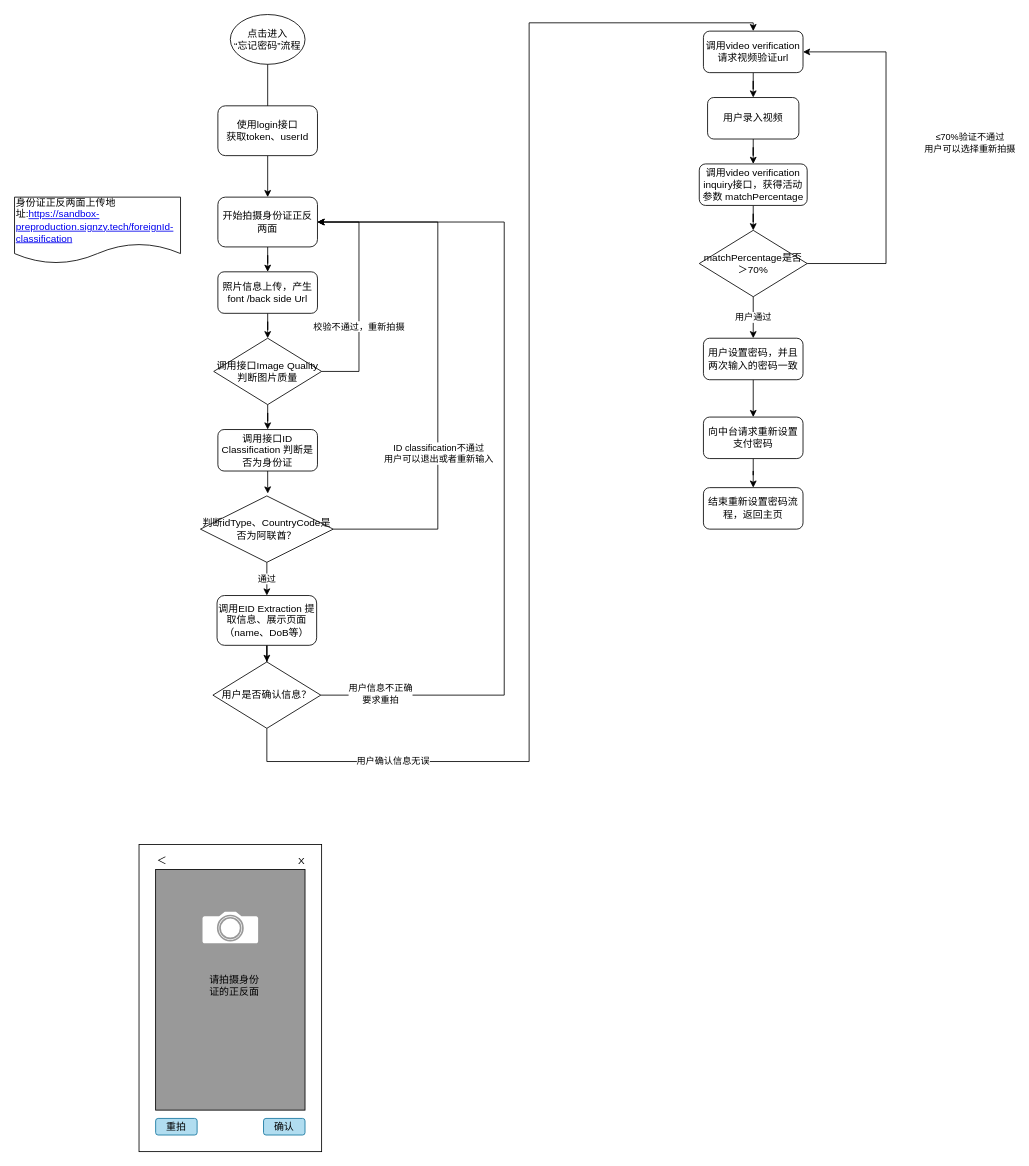
The draw.io diagram UAE 忘记密码.drawio in MarkYongfengZheng/WFT, before the edit. Source tidied: cells renumbered, new cells numbered last; positions are measured from the earlier drawing's top-left corner, leaving out a move shared by most shapes. Both pictures are drawn from the tidied source at 83%, with x=0, y=0 at pixel (14, 14).
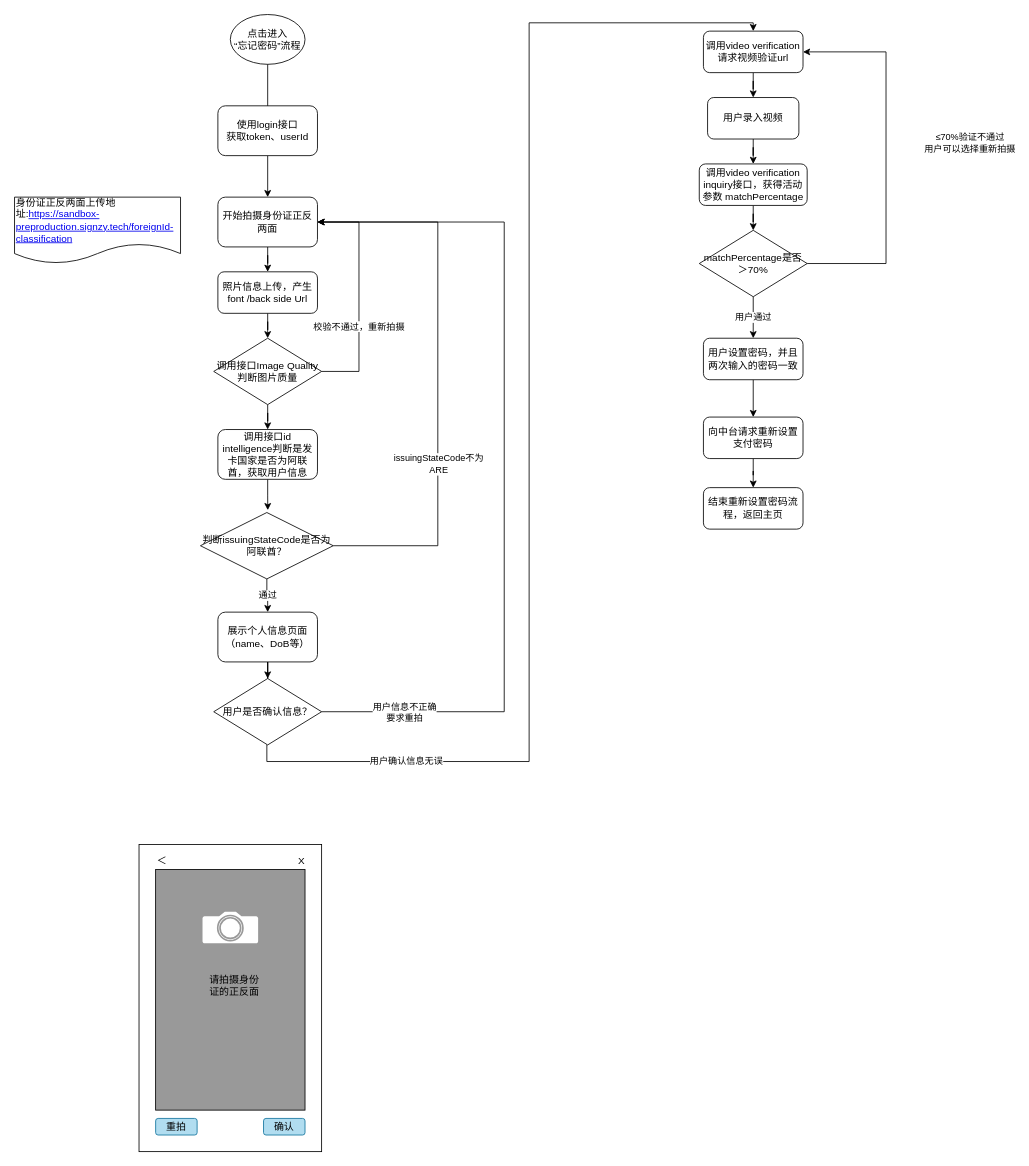
Above is the later version.

Unchanged cells that the change refers to:
```xml
<mxCell id="3" value="开始拍摄身份证正反两面" style="rounded=1;whiteSpace=wrap;html=1;" parent="1" vertex="1">
  <mxGeometry x="245" y="220" width="120" height="60" as="geometry" />
</mxCell>
```

Change to the diagram source:
```diff
@@
-    <mxCell id="13" value="调用接口ID Classification 判断是否为身份证" style="rounded=1;whiteSpace=wrap;html=1;" parent="1" vertex="1">
-      <mxGeometry x="245" y="500" width="120" height="50" as="geometry" />
+    <mxCell id="13" value="调用接口id intelligence判断是发卡国家是否为阿联酋，获取用户信息" style="rounded=1;whiteSpace=wrap;html=1;" parent="1" vertex="1">
+      <mxGeometry x="245" y="500" width="120" height="60" as="geometry" />
     </mxCell>
-    <mxCell id="14" style="edgeStyle=orthogonalEdgeStyle;rounded=0;jettySize=auto;html=1;entryX=1;entryY=0.5;entryDx=0;entryDy=0;" parent="1" edge="1" source="18" target="3">
+    <mxCell id="14" style="edgeStyle=orthogonalEdgeStyle;rounded=0;jettySize=auto;html=1;entryX=1;entryY=0.5;entryDx=0;entryDy=0;exitX=1;exitY=0.5;exitDx=0;exitDy=0;" parent="1" edge="1" source="18" target="3">
       <mxGeometry relative="1" as="geometry">
         <Array as="points">
-          <mxPoint x="590" y="820" />
+          <mxPoint x="590" y="840" />
           <mxPoint x="590" y="250" />
         </Array>
       </mxGeometry>
     </mxCell>
     <mxCell id="15" value="用户信息不正确&lt;br&gt;要求重拍" style="edgeLabel;html=1;align=center;verticalAlign=middle;" parent="14" vertex="1">
-      <mxGeometry x="-0.86" y="2" relative="1" as="geometry" />
+      <mxGeometry x="-0.86" y="2" relative="1" as="geometry">
+        <mxPoint x="27" y="2" as="offset" />
+      </mxGeometry>
     </mxCell>
@@
     <mxCell id="18" value="用户是否确认信息？" style="rhombus;whiteSpace=wrap;html=1;" parent="1" vertex="1">
-      <mxGeometry x="239" y="780" width="130" height="80" as="geometry" />
+      <mxGeometry x="240" y="800" width="130" height="80" as="geometry" />
     </mxCell>
@@
-    <mxCell id="25" style="edgeStyle=orthogonalEdgeStyle;rounded=0;jettySize=auto;html=1;entryX=1;entryY=0.5;entryDx=0;entryDy=0;" parent="1" edge="1" source="28" target="3">
+    <mxCell id="25" style="edgeStyle=orthogonalEdgeStyle;rounded=0;jettySize=auto;html=1;entryX=1;entryY=0.5;entryDx=0;entryDy=0;exitX=1;exitY=0.5;exitDx=0;exitDy=0;" parent="1" edge="1" source="28" target="3">
       <mxGeometry relative="1" as="geometry">
         <Array as="points">
-          <mxPoint x="510" y="620" />
+          <mxPoint x="510" y="640" />
           <mxPoint x="510" y="250" />
         </Array>
       </mxGeometry>
     </mxCell>
-    <mxCell id="26" value="ID classification不通过&lt;br&gt;用户可以退出或者重新输入" style="edgeLabel;html=1;align=center;verticalAlign=middle;" parent="25" vertex="1">
+    <mxCell id="26" value="issuingStateCode不为&lt;br&gt;ARE" style="edgeLabel;html=1;align=center;verticalAlign=middle;" parent="25" vertex="1">
       <mxGeometry x="-0.32" relative="1" as="geometry" />
     </mxCell>
@@
-    <mxCell id="28" value="判断idType、CountryCode是否为阿联酋？" style="rhombus;whiteSpace=wrap;html=1;align=center;" parent="1" vertex="1">
-      <mxGeometry x="224" y="580" width="160" height="80" as="geometry" />
+    <mxCell id="28" value="判断issuingStateCode是否为阿联酋？" style="rhombus;whiteSpace=wrap;html=1;align=center;" parent="1" vertex="1">
+      <mxGeometry x="224" y="600" width="160" height="80" as="geometry" />
     </mxCell>
@@
-    <mxCell id="30" value="调用EID Extraction 提取信息、展示页面（name、DoB等）" style="rounded=1;whiteSpace=wrap;html=1;align=center;" parent="1" vertex="1">
-      <mxGeometry x="244" y="700" width="120" height="60" as="geometry" />
+    <mxCell id="30" value="展示个人信息页面（name、DoB等）" style="rounded=1;whiteSpace=wrap;html=1;align=center;" parent="1" vertex="1">
+      <mxGeometry x="245" y="720" width="120" height="60" as="geometry" />
     </mxCell>
```
